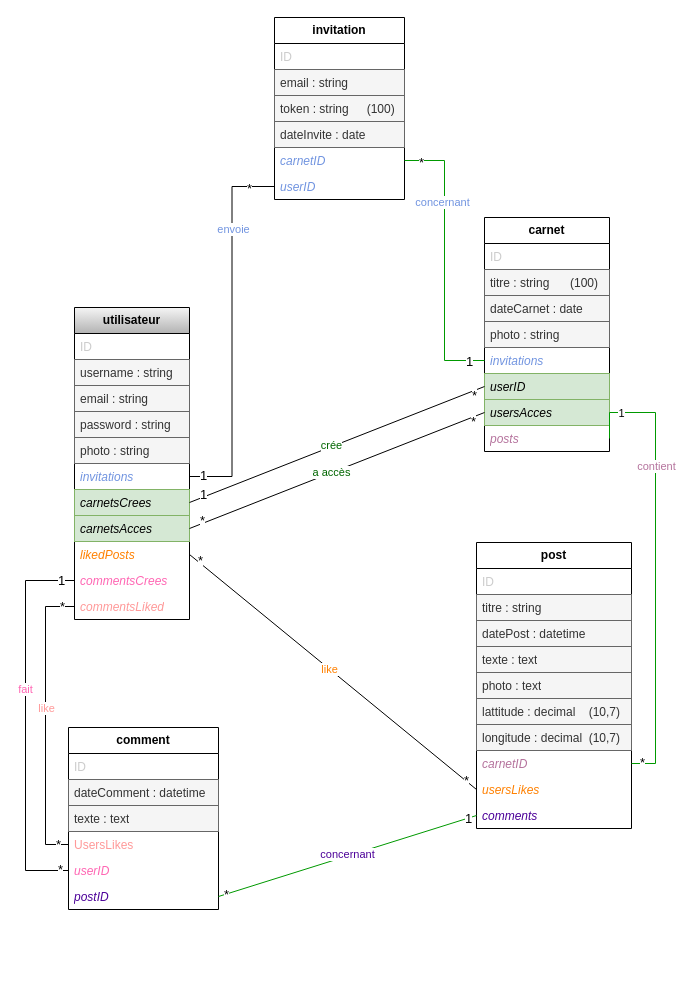
This is doc-projet-symfony/Diagr_CarnetVoyage3.drawio from Lcdz85/ProjetFinal-Laura, a draw.io file, before an edit. Source tidied: cells renumbered, new cells numbered last; positions are measured from the earlier drawing's top-left corner, leaving out a move shared by most shapes. Both pictures are drawn from the tidied source at 100%, with x=0, y=0 at pixel (25, 17).
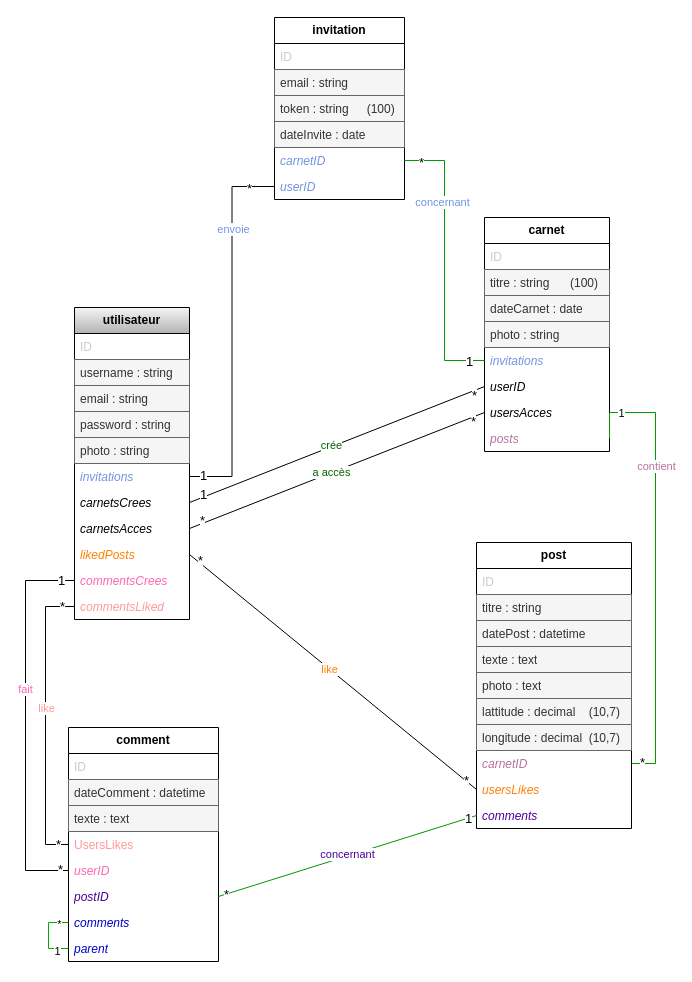
Above is the later version.

Unchanged cells that the change refers to:
```xml
<mxCell id="2" value="&lt;b&gt;utilisateur&lt;/b&gt;" style="swimlane;fontStyle=0;horizontal=1;startSize=26;whiteSpace=wrap;html=1;fillColor=#f5f5f5;strokeColor=#000000;gradientColor=#b3b3b3;" parent="1" vertex="1">
  <mxGeometry x="49" y="290" width="115" height="312" as="geometry" />
</mxCell>
<mxCell id="14" value="&lt;b&gt;carnet&lt;/b&gt;" style="swimlane;fontStyle=0;horizontal=1;startSize=26;fillColor=none;whiteSpace=wrap;html=1;" parent="1" vertex="1">
  <mxGeometry x="459" y="200" width="125" height="234" as="geometry" />
</mxCell>
```

Diff of the diagram source:
```diff
@@
-    <mxCell id="9" value="&lt;font&gt;&lt;i&gt;carnetsCrees&lt;/i&gt;&lt;/font&gt;" style="text;strokeColor=#82b366;fillColor=#d5e8d4;align=left;verticalAlign=top;spacingLeft=4;spacingRight=4;overflow=hidden;points=[[0,0.5],[1,0.5]];portConstraint=eastwest;whiteSpace=wrap;html=1;" parent="2" vertex="1">
+    <mxCell id="9" value="&lt;font&gt;&lt;i&gt;carnetsCrees&lt;/i&gt;&lt;/font&gt;" style="text;align=left;verticalAlign=top;spacingLeft=4;spacingRight=4;overflow=hidden;points=[[0,0.5],[1,0.5]];portConstraint=eastwest;whiteSpace=wrap;html=1;" parent="2" vertex="1">
       <mxGeometry y="182" width="115" height="26" as="geometry" />
     </mxCell>
-    <mxCell id="10" value="&lt;font&gt;&lt;i&gt;carnetsAcces&lt;/i&gt;&lt;/font&gt;" style="text;strokeColor=#82b366;fillColor=#d5e8d4;align=left;verticalAlign=top;spacingLeft=4;spacingRight=4;overflow=hidden;points=[[0,0.5],[1,0.5]];portConstraint=eastwest;whiteSpace=wrap;html=1;" parent="2" vertex="1">
+    <mxCell id="10" value="&lt;font&gt;&lt;i&gt;carnetsAcces&lt;/i&gt;&lt;/font&gt;" style="text;align=left;verticalAlign=top;spacingLeft=4;spacingRight=4;overflow=hidden;points=[[0,0.5],[1,0.5]];portConstraint=eastwest;whiteSpace=wrap;html=1;" parent="2" vertex="1">
       <mxGeometry y="208" width="115" height="26" as="geometry" />
     </mxCell>
@@
-    <mxCell id="20" value="&lt;i&gt;userID&lt;/i&gt;" style="text;strokeColor=#82b366;fillColor=#d5e8d4;align=left;verticalAlign=top;spacingLeft=4;spacingRight=4;overflow=hidden;points=[[0,0.5],[1,0.5]];portConstraint=eastwest;whiteSpace=wrap;html=1;" parent="14" vertex="1">
+    <mxCell id="20" value="&lt;i&gt;userID&lt;/i&gt;" style="text;align=left;verticalAlign=top;spacingLeft=4;spacingRight=4;overflow=hidden;points=[[0,0.5],[1,0.5]];portConstraint=eastwest;whiteSpace=wrap;html=1;" parent="14" vertex="1">
       <mxGeometry y="156" width="125" height="26" as="geometry" />
     </mxCell>
-    <mxCell id="21" value="&lt;i&gt;usersAcces&lt;/i&gt;" style="text;strokeColor=#82b366;fillColor=#d5e8d4;align=left;verticalAlign=top;spacingLeft=4;spacingRight=4;overflow=hidden;points=[[0,0.5],[1,0.5]];portConstraint=eastwest;whiteSpace=wrap;html=1;" parent="14" vertex="1">
+    <mxCell id="21" value="&lt;i&gt;usersAcces&lt;/i&gt;" style="text;align=left;verticalAlign=top;spacingLeft=4;spacingRight=4;overflow=hidden;points=[[0,0.5],[1,0.5]];portConstraint=eastwest;whiteSpace=wrap;html=1;" parent="14" vertex="1">
       <mxGeometry y="182" width="125" height="26" as="geometry" />
     </mxCell>
@@
     <mxCell id="46" value="&lt;b&gt;comment&lt;/b&gt;" style="swimlane;fontStyle=0;horizontal=1;startSize=26;fillColor=none;whiteSpace=wrap;html=1;" parent="1" vertex="1">
-      <mxGeometry x="43" y="710" width="150" height="182" as="geometry" />
+      <mxGeometry x="43" y="710" width="150" height="234" as="geometry" />
     </mxCell>
@@
+    <mxCell id="84" value="&lt;i&gt;comments&lt;/i&gt;" style="text;strokeColor=none;fillColor=none;align=left;verticalAlign=top;spacingLeft=4;spacingRight=4;overflow=hidden;points=[[0,0.5],[1,0.5]];portConstraint=eastwest;whiteSpace=wrap;html=1;fontColor=light-dark(#0000CC,#EDEDED);" parent="46" vertex="1">
+      <mxGeometry y="182" width="150" height="26" as="geometry" />
+    </mxCell>
+    <mxCell id="85" style="edgeStyle=orthogonalEdgeStyle;rounded=0;jettySize=auto;html=1;entryX=0;entryY=0.5;entryDx=0;entryDy=0;endArrow=none;endFill=0;strokeColor=#00A900;" parent="46" edge="1" source="88" target="84">
+      <mxGeometry relative="1" as="geometry" />
+    </mxCell>
+    <mxCell id="86" value="1" style="edgeLabel;html=1;align=center;verticalAlign=middle;" parent="85" vertex="1">
+      <mxGeometry x="-0.65" y="2" relative="1" as="geometry" />
+    </mxCell>
+    <mxCell id="87" value="*" style="edgeLabel;html=1;align=center;verticalAlign=middle;" parent="85" vertex="1">
+      <mxGeometry x="0.71" y="-1" relative="1" as="geometry" />
+    </mxCell>
+    <mxCell id="88" value="&lt;i&gt;parent&lt;/i&gt;" style="text;strokeColor=none;fillColor=none;align=left;verticalAlign=top;spacingLeft=4;spacingRight=4;overflow=hidden;points=[[0,0.5],[1,0.5]];portConstraint=eastwest;whiteSpace=wrap;html=1;fontColor=light-dark(#0000CC,#EDEDED);" parent="46" vertex="1">
+      <mxGeometry y="208" width="150" height="26" as="geometry" />
+    </mxCell>
```
